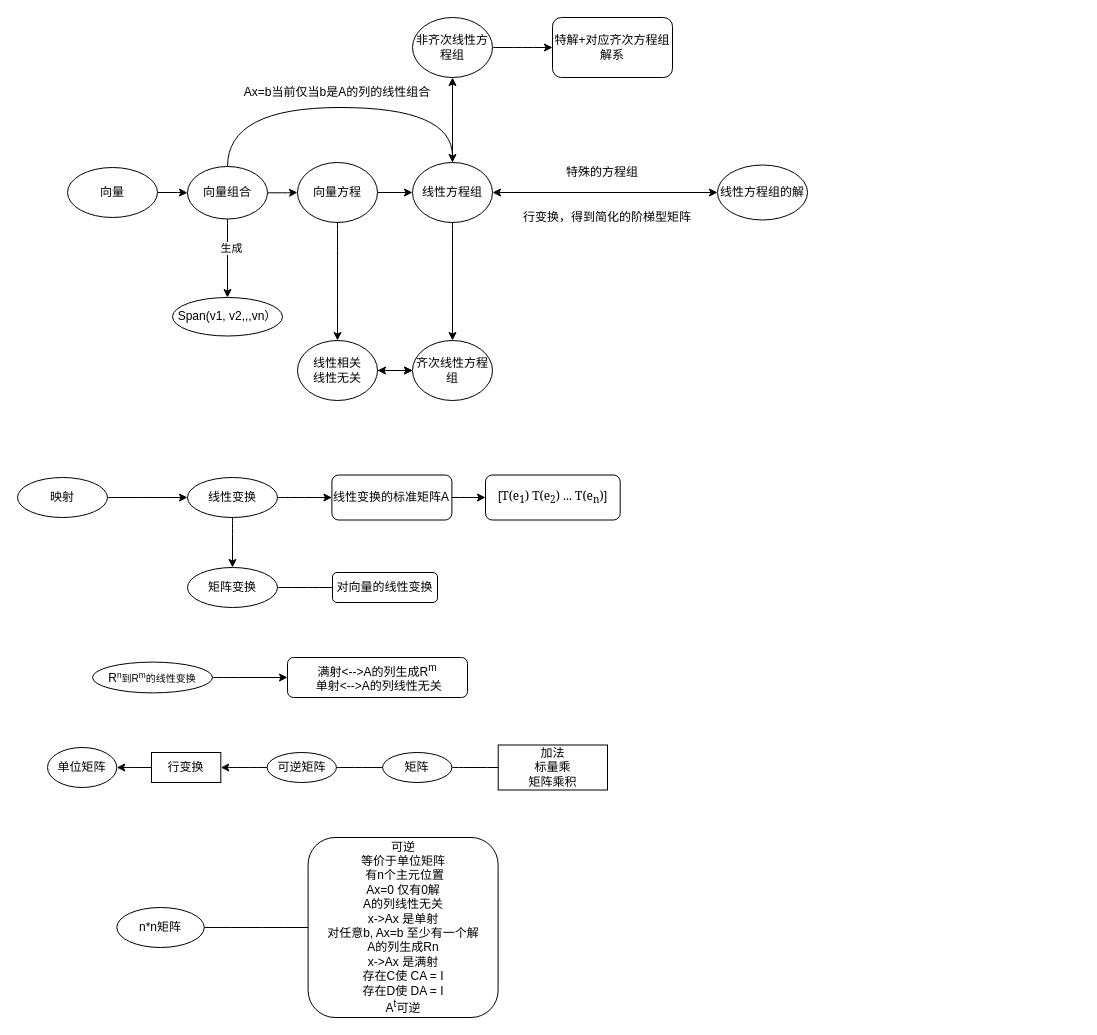
This is 线性代数.drawio from haithink/diagrams, a draw.io file, before an edit. Source tidied: cells renumbered, new cells numbered last; positions are measured from the earlier drawing's top-left corner, leaving out a move shared by most shapes. Both pictures are drawn from the tidied source at 100%, with x=0, y=0 at pixel (17, 17).
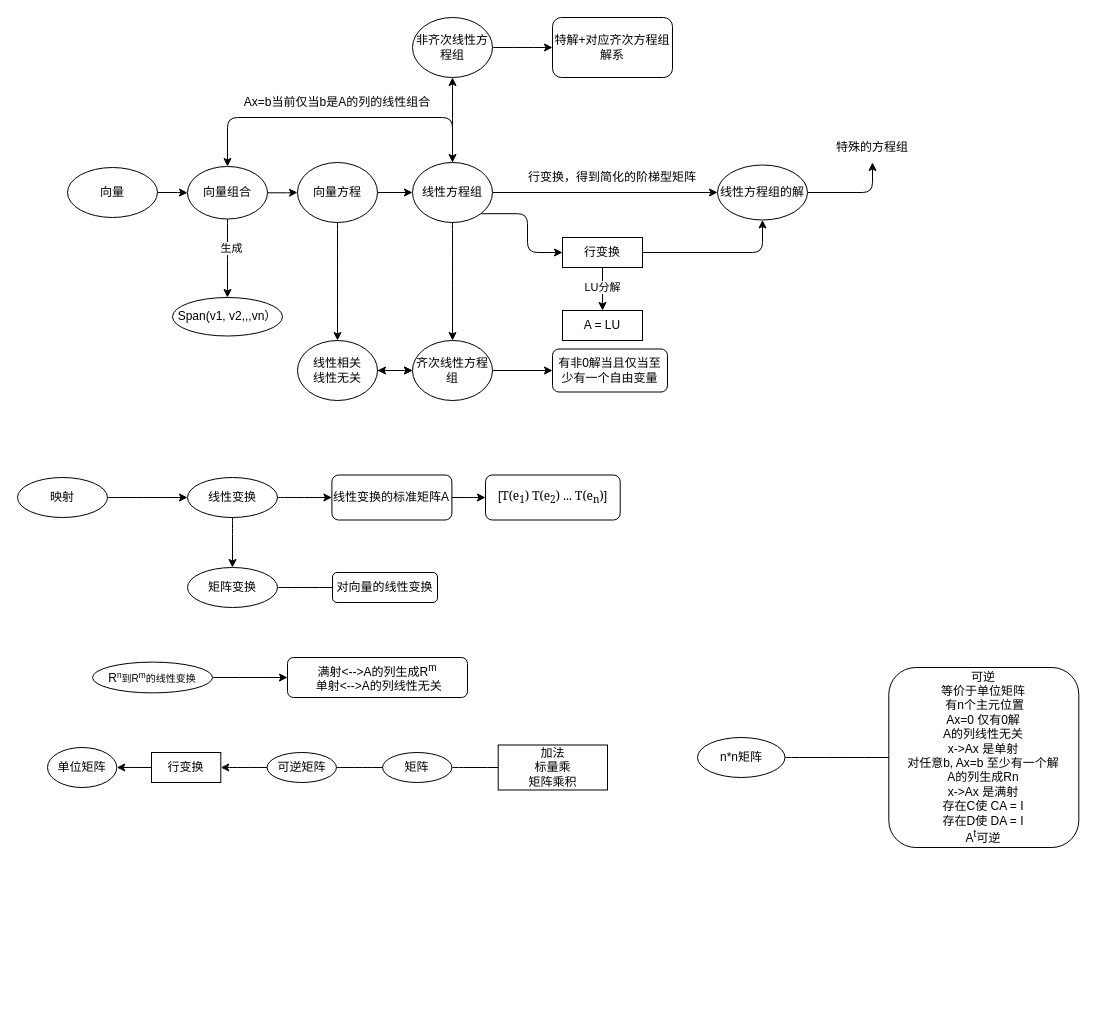
The same page after the edit.

Commit message:
更新线性代数.drawio

The change refers to these unchanged cells:
```xml
<mxCell id="8" value="向量组合" style="ellipse;whiteSpace=wrap;html=1;" parent="1" vertex="1">
  <mxGeometry x="170" y="149" width="80" height="52.5" as="geometry" />
</mxCell>
<mxCell id="15" value="线性方程组" style="ellipse;whiteSpace=wrap;html=1;" parent="1" vertex="1">
  <mxGeometry x="395" y="145" width="80" height="60" as="geometry" />
</mxCell>
<mxCell id="23" value="齐次线性方程组" style="ellipse;whiteSpace=wrap;html=1;" parent="1" vertex="1">
  <mxGeometry x="395" y="323" width="80" height="60" as="geometry" />
</mxCell>
<mxCell id="24" value="线性方程组的解" style="ellipse;whiteSpace=wrap;html=1;" parent="1" vertex="1">
  <mxGeometry x="700" y="147.5" width="90" height="55" as="geometry" />
</mxCell>
```

The edit, as a diff of the source:
```diff
@@
-    <mxCell id="5" style="edgeStyle=orthogonalEdgeStyle;rounded=0;jettySize=auto;html=1;exitX=0.5;exitY=0;exitDx=0;exitDy=0;entryX=0.5;entryY=0;entryDx=0;entryDy=0;elbow=vertical;curved=1;" parent="1" edge="1" source="8" target="15">
+    <mxCell id="5" style="edgeStyle=orthogonalEdgeStyle;rounded=1;jettySize=auto;html=1;exitX=0.5;exitY=0;exitDx=0;exitDy=0;entryX=0.5;entryY=0;entryDx=0;entryDy=0;elbow=vertical;startArrow=classic;startFill=1;" parent="1" edge="1" source="8" target="15">
       <mxGeometry relative="1" as="geometry">
         <Array as="points">
-          <mxPoint x="210" y="90" />
-          <mxPoint x="435" y="90" />
+          <mxPoint x="210" y="100" />
+          <mxPoint x="435" y="100" />
         </Array>
       </mxGeometry>
     </mxCell>
@@
-    <mxCell id="14" style="edgeStyle=orthogonalEdgeStyle;jettySize=auto;html=1;startArrow=classic;startFill=1;endArrow=classic;endFill=1;elbow=vertical;rounded=0;" parent="1" edge="1" source="15" target="24">
+    <mxCell id="14" style="edgeStyle=orthogonalEdgeStyle;jettySize=auto;html=1;startArrow=none;startFill=0;endArrow=classic;endFill=1;elbow=vertical;rounded=0;" parent="1" edge="1" source="15" target="24">
       <mxGeometry relative="1" as="geometry" />
     </mxCell>
+    <mxCell id="57" style="edgeStyle=orthogonalEdgeStyle;jettySize=auto;html=1;exitX=1;exitY=1;exitDx=0;exitDy=0;entryX=0;entryY=0.5;entryDx=0;entryDy=0;rounded=1;" parent="1" edge="1" source="15" target="62">
+      <mxGeometry relative="1" as="geometry" />
+    </mxCell>
@@
+    <mxCell id="58" style="edgeStyle=orthogonalEdgeStyle;rounded=1;jettySize=auto;html=1;startArrow=none;startFill=0;" parent="1" edge="1" source="23" target="64">
+      <mxGeometry relative="1" as="geometry" />
+    </mxCell>
@@
+    <mxCell id="59" style="edgeStyle=orthogonalEdgeStyle;rounded=1;jettySize=auto;html=1;exitX=1;exitY=0.5;exitDx=0;exitDy=0;entryX=0.5;entryY=1;entryDx=0;entryDy=0;" parent="1" edge="1" source="24" target="25">
+      <mxGeometry relative="1" as="geometry" />
+    </mxCell>
@@
     <mxCell id="25" value="特殊的方程组" style="text;html=1;strokeColor=none;fillColor=none;align=center;verticalAlign=middle;whiteSpace=wrap;rounded=0;" parent="1" vertex="1">
-      <mxGeometry x="530" y="140" width="110" height="30" as="geometry" />
+      <mxGeometry x="800" y="115" width="110" height="30" as="geometry" />
     </mxCell>
     <mxCell id="26" value="行变换，得到简化的阶梯型矩阵" style="text;html=1;strokeColor=none;fillColor=none;align=center;verticalAlign=middle;whiteSpace=wrap;rounded=0;" parent="1" vertex="1">
-      <mxGeometry x="490" y="180" width="200" height="40" as="geometry" />
+      <mxGeometry x="495" y="140" width="200" height="40" as="geometry" />
     </mxCell>
     <mxCell id="27" value="Ax=b当前仅当b是A的列的线性组合" style="text;html=1;strokeColor=none;fillColor=none;align=center;verticalAlign=middle;whiteSpace=wrap;rounded=0;" parent="1" vertex="1">
-      <mxGeometry x="220" y="70" width="200" height="10" as="geometry" />
+      <mxGeometry x="220" y="80" width="200" height="10" as="geometry" />
     </mxCell>
@@
     <mxCell id="41" style="group;" parent="1" vertex="1">
-      <mxGeometry x="99.3" y="820" width="381.3" height="180" as="geometry" />
+      <mxGeometry x="680" y="650" width="381.3" height="180" as="geometry" />
     </mxCell>
@@
+    <mxCell id="60" style="edgeStyle=orthogonalEdgeStyle;jettySize=auto;html=1;exitX=1;exitY=0.5;exitDx=0;exitDy=0;entryX=0.5;entryY=1;entryDx=0;entryDy=0;rounded=1;" parent="1" edge="1" source="62" target="24">
+      <mxGeometry relative="1" as="geometry" />
+    </mxCell>
+    <mxCell id="61" value="LU分解" style="edgeStyle=orthogonalEdgeStyle;rounded=1;jettySize=auto;html=1;exitX=0.5;exitY=1;exitDx=0;exitDy=0;startArrow=none;startFill=0;" parent="1" edge="1" source="62" target="63">
+      <mxGeometry x="-0.09" relative="1" as="geometry" />
+    </mxCell>
+    <mxCell id="62" value="行变换" style="rounded=0;whiteSpace=wrap;html=1;" parent="1" vertex="1">
+      <mxGeometry x="545" y="220" width="80" height="30" as="geometry" />
+    </mxCell>
+    <mxCell id="63" value="A = LU" style="rounded=0;whiteSpace=wrap;html=1;" parent="1" vertex="1">
+      <mxGeometry x="545" y="293" width="80" height="30" as="geometry" />
+    </mxCell>
+    <mxCell id="64" value="有非0解当且仅当至少有一个自由变量" style="whiteSpace=wrap;html=1;glass=0;rounded=1;" parent="1" vertex="1">
+      <mxGeometry x="535" y="331.5" width="115" height="43" as="geometry" />
+    </mxCell>
```
